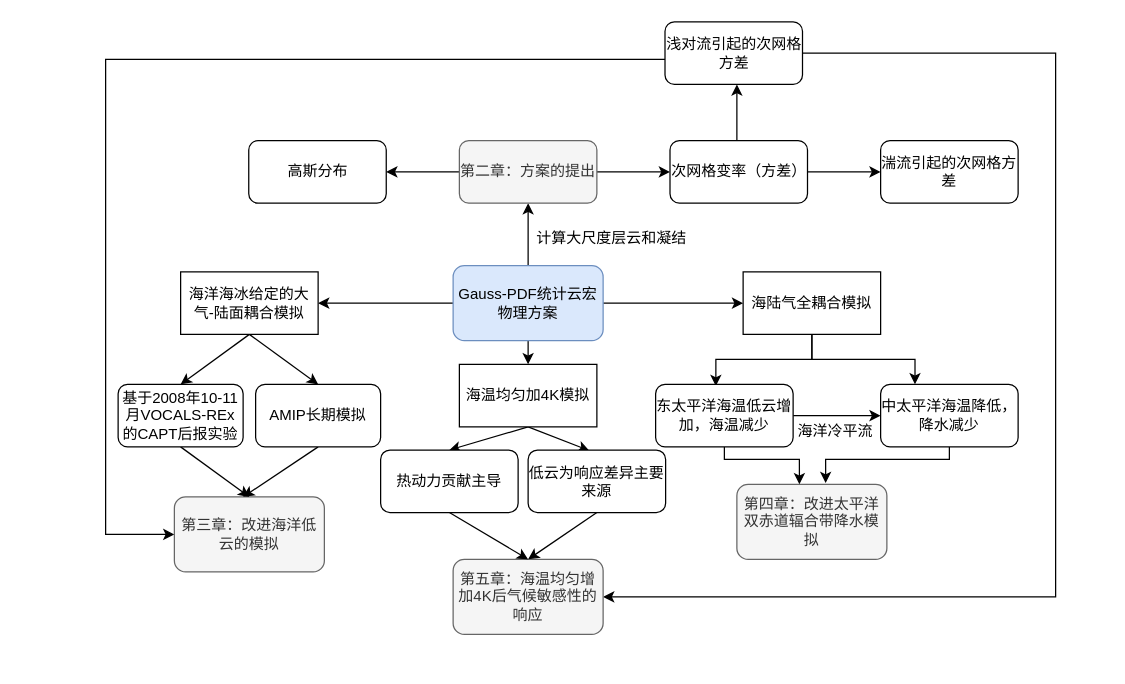
This is dissertation-technique flowchart.drawio from qinyia/drawio.output, a draw.io file, before an edit. Source tidied: cells renumbered, new cells numbered last; positions are measured from the earlier drawing's top-left corner, leaving out a move shared by most shapes. Both pictures are drawn from the tidied source at 125%, with x=0, y=0 at pixel (105, 21).
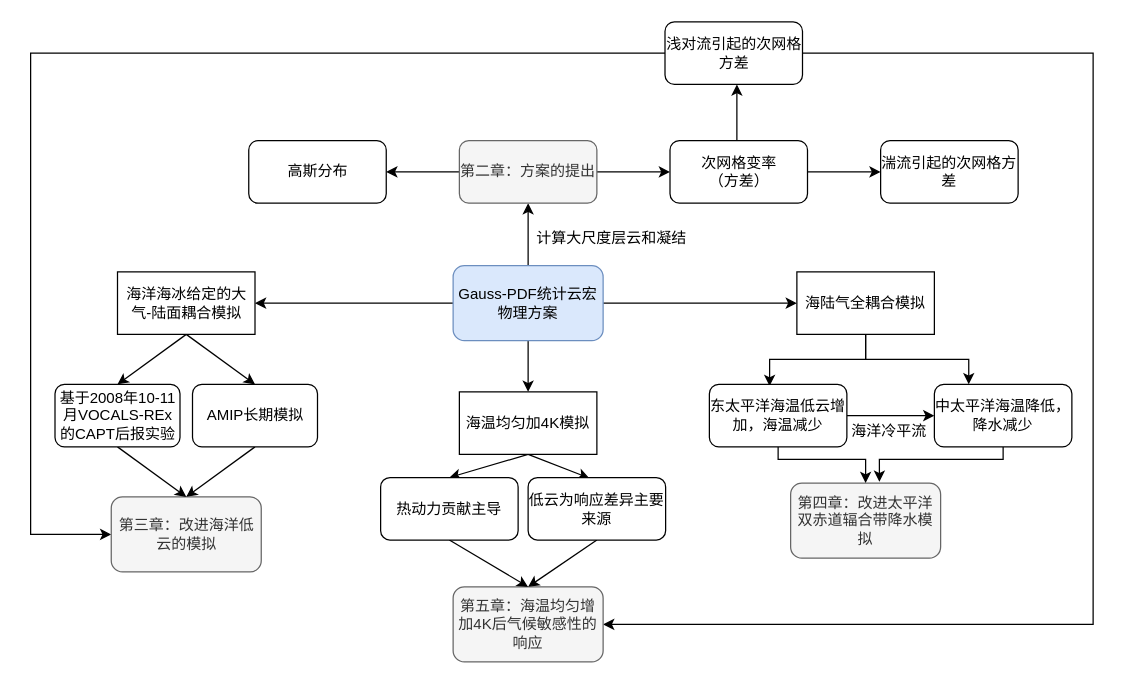
The same diagram, later.

Unchanged cells that the change refers to:
```xml
<mxCell id="15" value="浅对流引起的次网格方差" style="rounded=1;whiteSpace=wrap;html=1;" parent="1" vertex="1">
  <mxGeometry x="447.5" width="110" height="50" as="geometry" />
</mxCell>
```

The edit, as a diff of the source:
```diff
@@
-    <mxCell id="12" value="次网格变率（方差）" style="rounded=1;whiteSpace=wrap;html=1;" parent="1" vertex="1">
+    <mxCell id="12" value="次网格变率&lt;br&gt;（方差）" style="rounded=1;whiteSpace=wrap;html=1;" parent="1" vertex="1">
       <mxGeometry x="451.5" y="95" width="110" height="50" as="geometry" />
     </mxCell>
     <mxCell id="13" style="edgeStyle=orthogonalEdgeStyle;rounded=0;jettySize=auto;html=1;entryX=0;entryY=0.5;entryDx=0;entryDy=0;" parent="1" edge="1" source="15" target="20">
       <mxGeometry relative="1" as="geometry">
         <Array as="points">
-          <mxPoint y="30" />
-          <mxPoint y="410" />
+          <mxPoint x="-60" y="25" />
+          <mxPoint x="-60" y="410" />
         </Array>
       </mxGeometry>
     </mxCell>
     <mxCell id="14" style="edgeStyle=orthogonalEdgeStyle;rounded=0;jettySize=auto;html=1;exitX=1;exitY=0.5;exitDx=0;exitDy=0;entryX=1;entryY=0.5;entryDx=0;entryDy=0;" parent="1" edge="1" source="15" target="18">
       <mxGeometry relative="1" as="geometry">
         <Array as="points">
-          <mxPoint x="760" y="25" />
-          <mxPoint x="760" y="460" />
+          <mxPoint x="790" y="25" />
+          <mxPoint x="790" y="482" />
         </Array>
       </mxGeometry>
     </mxCell>
@@
     <mxCell id="18" value="第五章：海温均匀增加4K后气候敏感性的响应" style="rounded=1;whiteSpace=wrap;html=1;fillColor=#f5f5f5;strokeColor=#666666;fontColor=#333333;" parent="1" vertex="1">
-      <mxGeometry x="278" y="430" width="120" height="60" as="geometry" />
+      <mxGeometry x="278" y="452" width="120" height="60" as="geometry" />
     </mxCell>
     <mxCell id="19" value="第四章：改进太平洋双赤道辐合带降水模拟" style="rounded=1;whiteSpace=wrap;html=1;fillColor=#f5f5f5;strokeColor=#666666;fontColor=#333333;" parent="1" vertex="1">
-      <mxGeometry x="505" y="370" width="120" height="60" as="geometry" />
+      <mxGeometry x="548" y="369" width="120" height="60" as="geometry" />
     </mxCell>
     <mxCell id="20" value="第三章：改进海洋低云的模拟" style="rounded=1;whiteSpace=wrap;html=1;fillColor=#f5f5f5;strokeColor=#666666;fontColor=#333333;" parent="1" vertex="1">
-      <mxGeometry x="55" y="380" width="120" height="60" as="geometry" />
+      <mxGeometry x="4.5" y="380" width="120" height="60" as="geometry" />
     </mxCell>
-    <mxCell id="21" style="edgeStyle=none;rounded=0;jettySize=auto;html=1;exitX=0.5;exitY=1;exitDx=0;exitDy=0;" parent="1" edge="1" source="22">
-      <mxGeometry relative="1" as="geometry">
-        <mxPoint x="110" y="380" as="targetPoint" />
-      </mxGeometry>
+    <mxCell id="21" style="edgeStyle=none;rounded=0;jettySize=auto;html=1;exitX=0.5;exitY=1;exitDx=0;exitDy=0;entryX=0.5;entryY=0;entryDx=0;entryDy=0;" parent="1" edge="1" source="22" target="20">
+      <mxGeometry relative="1" as="geometry" />
     </mxCell>
     <mxCell id="22" value="AMIP长期模拟" style="rounded=1;whiteSpace=wrap;html=1;" parent="1" vertex="1">
-      <mxGeometry x="120" y="290" width="100" height="50" as="geometry" />
+      <mxGeometry x="69.5" y="290" width="100" height="50" as="geometry" />
     </mxCell>
@@
     <mxCell id="26" value="海洋海冰给定的大气-陆面耦合模拟" style="rounded=0;whiteSpace=wrap;html=1;" parent="1" vertex="1">
-      <mxGeometry x="60" y="200" width="110" height="50" as="geometry" />
+      <mxGeometry x="9.5" y="200" width="110" height="50" as="geometry" />
     </mxCell>
@@
     <mxCell id="28" value="基于2008年10-11月VOCALS-REx的CAPT后报实验" style="rounded=1;whiteSpace=wrap;html=1;" parent="1" vertex="1">
-      <mxGeometry x="10" y="290" width="100" height="50" as="geometry" />
+      <mxGeometry x="-40.5" y="290" width="100" height="50" as="geometry" />
     </mxCell>
@@
     <mxCell id="31" value="海陆气全耦合模拟" style="rounded=0;whiteSpace=wrap;html=1;" parent="1" vertex="1">
-      <mxGeometry x="510" y="200" width="110" height="50" as="geometry" />
+      <mxGeometry x="553" y="200" width="110" height="50" as="geometry" />
     </mxCell>
@@
     <mxCell id="34" value="海温均匀加4K模拟" style="rounded=0;whiteSpace=wrap;html=1;" parent="1" vertex="1">
-      <mxGeometry x="283" y="274" width="110" height="50" as="geometry" />
+      <mxGeometry x="283" y="296" width="110" height="50" as="geometry" />
     </mxCell>
@@
     <mxCell id="36" value="中太平洋海温降低，降水减少" style="rounded=1;whiteSpace=wrap;html=1;" parent="1" vertex="1">
-      <mxGeometry x="620" y="290" width="110" height="50" as="geometry" />
+      <mxGeometry x="663" y="290" width="110" height="50" as="geometry" />
     </mxCell>
+    <mxCell id="38" style="edgeStyle=none;rounded=0;jettySize=auto;html=1;" parent="1" edge="1" source="39" target="36">
+      <mxGeometry relative="1" as="geometry" />
+    </mxCell>
-    <mxCell id="37" style="edgeStyle=orthogonalEdgeStyle;rounded=0;jettySize=auto;html=1;exitX=0.5;exitY=1;exitDx=0;exitDy=0;entryX=0.417;entryY=0;entryDx=0;entryDy=0;entryPerimeter=0;" parent="1" edge="1" source="39" target="19">
+    <mxCell id="37" style="edgeStyle=orthogonalEdgeStyle;rounded=0;jettySize=auto;html=1;exitX=0.5;exitY=1;exitDx=0;exitDy=0;" parent="1" edge="1" source="39" target="19">
       <mxGeometry relative="1" as="geometry">
         <Array as="points">
-          <mxPoint x="495" y="350" />
-          <mxPoint x="555" y="350" />
+          <mxPoint x="538" y="350" />
+          <mxPoint x="608" y="350" />
         </Array>
       </mxGeometry>
     </mxCell>
-    <mxCell id="38" style="edgeStyle=none;rounded=0;jettySize=auto;html=1;" parent="1" edge="1" source="39" target="36">
-      <mxGeometry relative="1" as="geometry" />
-    </mxCell>
     <mxCell id="39" value="东太平洋海温低云增加，海温减少" style="rounded=1;whiteSpace=wrap;html=1;" parent="1" vertex="1">
-      <mxGeometry x="440" y="290" width="110" height="50" as="geometry" />
+      <mxGeometry x="483" y="290" width="110" height="50" as="geometry" />
     </mxCell>
     <mxCell id="40" value="海洋冷平流" style="text;html=1;align=left;verticalAlign=top;spacingTop=-4;" parent="1" vertex="1">
-      <mxGeometry x="552" y="318" width="80" height="20" as="geometry" />
+      <mxGeometry x="595" y="318" width="80" height="20" as="geometry" />
     </mxCell>
@@
     <mxCell id="42" value="热动力贡献主导" style="rounded=1;whiteSpace=wrap;html=1;" parent="1" vertex="1">
-      <mxGeometry x="220" y="342.5" width="110" height="50" as="geometry" />
+      <mxGeometry x="220" y="364.5" width="110" height="50" as="geometry" />
     </mxCell>
@@
     <mxCell id="44" value="低云为响应差异主要来源" style="rounded=1;whiteSpace=wrap;html=1;" parent="1" vertex="1">
-      <mxGeometry x="338" y="342.5" width="110" height="50" as="geometry" />
+      <mxGeometry x="338" y="364.5" width="110" height="50" as="geometry" />
     </mxCell>
```
